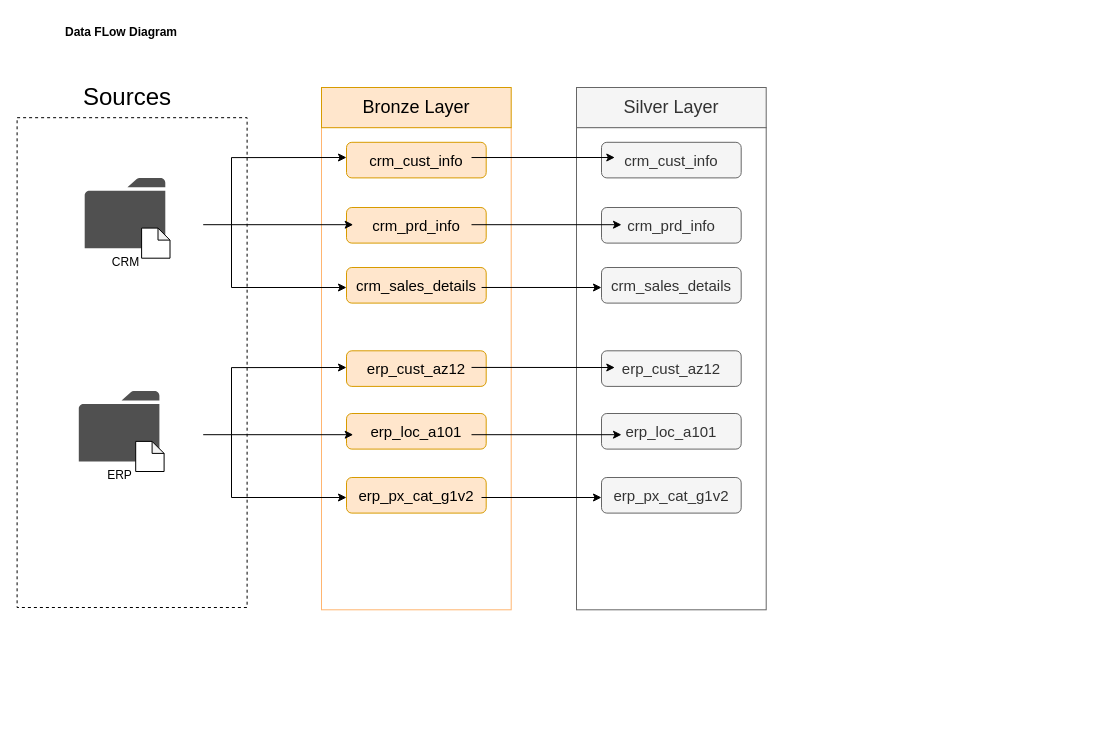
G0mmer/data-warehouse-sql-project keeps this draw.io diagram as docs/Data_Flow.drawio. Above is the earlier version. Source tidied: cells renumbered, new cells numbered last; positions are measured from the earlier drawing's top-left corner, leaving out a move shared by most shapes. Both pictures are drawn from the tidied source at 100%, with x=0, y=0 at pixel (17, 17).
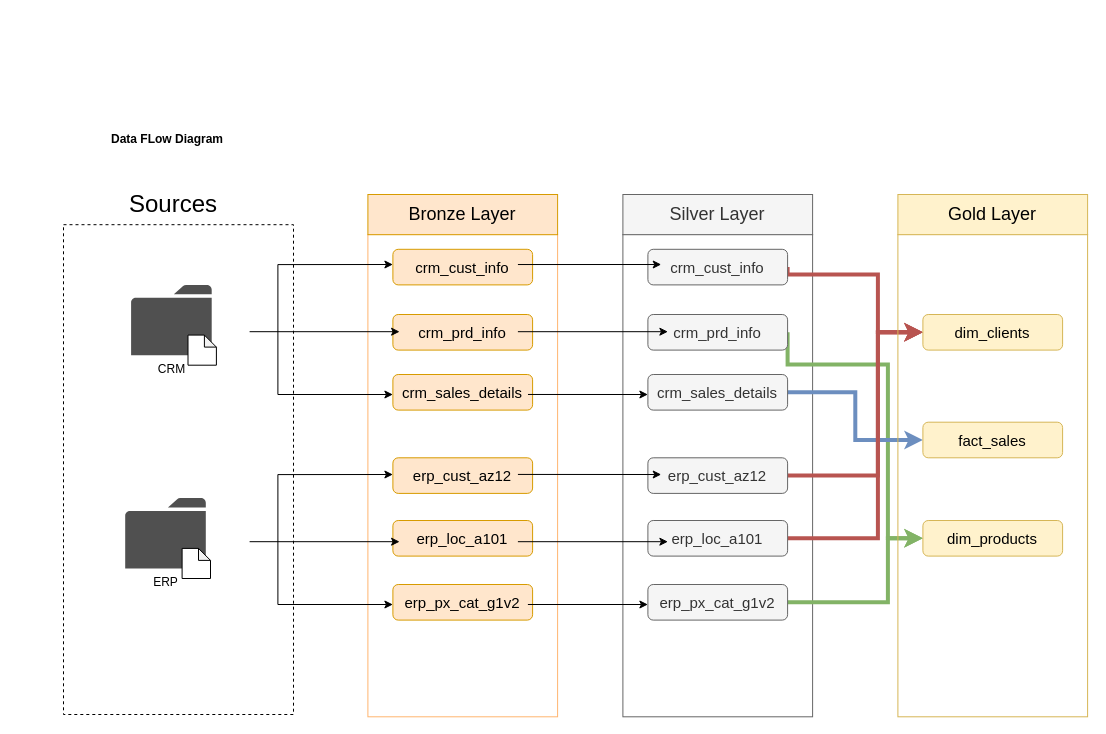
Above is the later version.

The edit, as a diff of the source:
```diff
@@
+    <mxCell id="39" style="group;" parent="1" vertex="1">
+      <mxGeometry x="46" y="107" width="1024.1" height="592.3" as="geometry" />
+    </mxCell>
-    <mxCell id="2" value="&lt;b&gt;Data FLow Diagram&lt;/b&gt;" style="text;html=1;whiteSpace=wrap;strokeColor=none;fillColor=none;align=center;verticalAlign=middle;rounded=0;" parent="1" vertex="1">
-      <mxGeometry x="4" width="200" height="30" as="geometry" />
+    <mxCell id="2" value="&lt;b&gt;Data FLow Diagram&lt;/b&gt;" style="text;html=1;whiteSpace=wrap;strokeColor=none;fillColor=none;align=center;verticalAlign=middle;rounded=0;" parent="39" vertex="1">
+      <mxGeometry x="4.4" width="200" height="30" as="geometry" />
     </mxCell>
-    <mxCell id="3" style="rounded=0;whiteSpace=wrap;html=1;fillColor=none;dashed=1;" parent="1" vertex="1">
-      <mxGeometry x="-0.4" y="100.2" width="230" height="489.8" as="geometry" />
+    <mxCell id="3" style="rounded=0;whiteSpace=wrap;html=1;fillColor=none;dashed=1;" parent="39" vertex="1">
+      <mxGeometry y="100.2" width="230" height="489.8" as="geometry" />
     </mxCell>
-    <mxCell id="4" value="&lt;font style=&quot;font-size: 24px;&quot;&gt;Sources&lt;/font&gt;" style="rounded=0;whiteSpace=wrap;html=1;fillColor=none;strokeColor=none;" parent="1" vertex="1">
-      <mxGeometry x="34" y="60" width="151.7" height="40.2" as="geometry" />
+    <mxCell id="4" value="&lt;font style=&quot;font-size: 24px;&quot;&gt;Sources&lt;/font&gt;" style="rounded=0;whiteSpace=wrap;html=1;fillColor=none;strokeColor=none;" parent="39" vertex="1">
+      <mxGeometry x="34.4" y="60" width="151.7" height="40.2" as="geometry" />
     </mxCell>
-    <mxCell id="5" value="CRM&lt;div&gt;&lt;br&gt;&lt;/div&gt;" style="sketch=0;shadow=0;dashed=0;html=1;strokeColor=none;fillColor=#505050;labelPosition=center;verticalLabelPosition=bottom;verticalAlign=top;align=center;shape=mxgraph.office.concepts.folder;" parent="1" vertex="1">
-      <mxGeometry x="67.2" y="160.4" width="80.6" height="70.3" as="geometry" />
+    <mxCell id="5" value="CRM&lt;div&gt;&lt;br&gt;&lt;/div&gt;" style="sketch=0;shadow=0;dashed=0;html=1;strokeColor=none;fillColor=#505050;labelPosition=center;verticalLabelPosition=bottom;verticalAlign=top;align=center;shape=mxgraph.office.concepts.folder;" parent="39" vertex="1">
+      <mxGeometry x="67.6" y="160.4" width="80.6" height="70.3" as="geometry" />
     </mxCell>
-    <mxCell id="6" style="shape=note;whiteSpace=wrap;html=1;backgroundOutline=1;darkOpacity=0.05;size=12;" parent="1" vertex="1">
-      <mxGeometry x="124.1" y="210.6" width="28.4" height="30.1" as="geometry" />
+    <mxCell id="6" style="shape=note;whiteSpace=wrap;html=1;backgroundOutline=1;darkOpacity=0.05;size=12;" parent="39" vertex="1">
+      <mxGeometry x="124.5" y="210.6" width="28.4" height="30.1" as="geometry" />
     </mxCell>
-    <mxCell id="7" value="ERP&lt;div&gt;&lt;br&gt;&lt;/div&gt;" style="sketch=0;shadow=0;dashed=0;html=1;strokeColor=none;fillColor=#505050;labelPosition=center;verticalLabelPosition=bottom;verticalAlign=top;align=center;shape=mxgraph.office.concepts.folder;" parent="1" vertex="1">
-      <mxGeometry x="61.3" y="373.6" width="80.6" height="70.3" as="geometry" />
+    <mxCell id="7" value="ERP&lt;div&gt;&lt;br&gt;&lt;/div&gt;" style="sketch=0;shadow=0;dashed=0;html=1;strokeColor=none;fillColor=#505050;labelPosition=center;verticalLabelPosition=bottom;verticalAlign=top;align=center;shape=mxgraph.office.concepts.folder;" parent="39" vertex="1">
+      <mxGeometry x="61.7" y="373.6" width="80.6" height="70.3" as="geometry" />
     </mxCell>
-    <mxCell id="8" style="shape=note;whiteSpace=wrap;html=1;backgroundOutline=1;darkOpacity=0.05;size=12;" parent="1" vertex="1">
-      <mxGeometry x="118.2" y="423.9" width="28.4" height="30.1" as="geometry" />
+    <mxCell id="8" style="shape=note;whiteSpace=wrap;html=1;backgroundOutline=1;darkOpacity=0.05;size=12;" parent="39" vertex="1">
+      <mxGeometry x="118.6" y="423.9" width="28.4" height="30.1" as="geometry" />
     </mxCell>
-    <mxCell id="9" style="rounded=0;whiteSpace=wrap;html=1;strokeColor=#FFB570;fillColor=none;" parent="1" vertex="1">
-      <mxGeometry x="304" y="110" width="189.7" height="482.3" as="geometry" />
+    <mxCell id="9" style="rounded=0;whiteSpace=wrap;html=1;strokeColor=#FFB570;fillColor=none;" parent="39" vertex="1">
+      <mxGeometry x="304.4" y="110" width="189.7" height="482.3" as="geometry" />
     </mxCell>
-    <mxCell id="10" value="&lt;font style=&quot;font-size: 18px;&quot;&gt;Bronze Layer&lt;/font&gt;" style="rounded=0;whiteSpace=wrap;html=1;fillColor=#ffe6cc;strokeColor=#d79b00;" parent="1" vertex="1">
-      <mxGeometry x="304" y="70" width="189.7" height="40.2" as="geometry" />
+    <mxCell id="10" value="&lt;font style=&quot;font-size: 18px;&quot;&gt;Bronze Layer&lt;/font&gt;" style="rounded=0;whiteSpace=wrap;html=1;fillColor=#ffe6cc;strokeColor=#d79b00;" parent="39" vertex="1">
+      <mxGeometry x="304.4" y="70" width="189.7" height="40.2" as="geometry" />
     </mxCell>
-    <mxCell id="11" value="&lt;font style=&quot;font-size: 15px;&quot;&gt;crm_prd_info&lt;/font&gt;" style="rounded=1;whiteSpace=wrap;html=1;fillColor=#ffe6cc;strokeColor=#d79b00;" parent="1" vertex="1">
-      <mxGeometry x="329" y="190" width="139.7" height="35.6" as="geometry" />
+    <mxCell id="11" value="&lt;font style=&quot;font-size: 15px;&quot;&gt;crm_prd_info&lt;/font&gt;" style="rounded=1;whiteSpace=wrap;html=1;fillColor=#ffe6cc;strokeColor=#d79b00;" parent="39" vertex="1">
+      <mxGeometry x="329.4" y="190" width="139.7" height="35.6" as="geometry" />
     </mxCell>
-    <mxCell id="12" value="&lt;font style=&quot;font-size: 15px;&quot;&gt;crm_sales_details&lt;/font&gt;" style="rounded=1;whiteSpace=wrap;html=1;fillColor=#ffe6cc;strokeColor=#d79b00;" parent="1" vertex="1">
-      <mxGeometry x="329" y="250" width="139.7" height="35.6" as="geometry" />
+    <mxCell id="12" value="&lt;font style=&quot;font-size: 15px;&quot;&gt;crm_sales_details&lt;/font&gt;" style="rounded=1;whiteSpace=wrap;html=1;fillColor=#ffe6cc;strokeColor=#d79b00;" parent="39" vertex="1">
+      <mxGeometry x="329.4" y="250" width="139.7" height="35.6" as="geometry" />
     </mxCell>
-    <mxCell id="13" value="&lt;font style=&quot;font-size: 15px;&quot;&gt;crm_cust_info&lt;/font&gt;" style="rounded=1;whiteSpace=wrap;html=1;fillColor=#ffe6cc;strokeColor=#d79b00;" parent="1" vertex="1">
-      <mxGeometry x="329" y="124.8" width="139.7" height="35.6" as="geometry" />
+    <mxCell id="13" value="&lt;font style=&quot;font-size: 15px;&quot;&gt;crm_cust_info&lt;/font&gt;" style="rounded=1;whiteSpace=wrap;html=1;fillColor=#ffe6cc;strokeColor=#d79b00;" parent="39" vertex="1">
+      <mxGeometry x="329.4" y="124.8" width="139.7" height="35.6" as="geometry" />
     </mxCell>
-    <mxCell id="14" value="&lt;font style=&quot;font-size: 15px;&quot;&gt;erp_cust_az12&lt;/font&gt;" style="rounded=1;whiteSpace=wrap;html=1;fillColor=#ffe6cc;strokeColor=#d79b00;" parent="1" vertex="1">
-      <mxGeometry x="329" y="333.3" width="139.7" height="35.6" as="geometry" />
+    <mxCell id="14" value="&lt;font style=&quot;font-size: 15px;&quot;&gt;erp_cust_az12&lt;/font&gt;" style="rounded=1;whiteSpace=wrap;html=1;fillColor=#ffe6cc;strokeColor=#d79b00;" parent="39" vertex="1">
+      <mxGeometry x="329.4" y="333.3" width="139.7" height="35.6" as="geometry" />
     </mxCell>
-    <mxCell id="15" value="&lt;span style=&quot;font-size: 15px;&quot;&gt;erp_loc_a101&lt;/span&gt;" style="rounded=1;whiteSpace=wrap;html=1;fillColor=#ffe6cc;strokeColor=#d79b00;" parent="1" vertex="1">
-      <mxGeometry x="329" y="396" width="139.7" height="35.6" as="geometry" />
+    <mxCell id="15" value="&lt;span style=&quot;font-size: 15px;&quot;&gt;erp_loc_a101&lt;/span&gt;" style="rounded=1;whiteSpace=wrap;html=1;fillColor=#ffe6cc;strokeColor=#d79b00;" parent="39" vertex="1">
+      <mxGeometry x="329.4" y="396" width="139.7" height="35.6" as="geometry" />
     </mxCell>
-    <mxCell id="16" value="&lt;font style=&quot;font-size: 15px;&quot;&gt;erp_px_cat_g1v2&lt;/font&gt;" style="rounded=1;whiteSpace=wrap;html=1;fillColor=#ffe6cc;strokeColor=#d79b00;" parent="1" vertex="1">
-      <mxGeometry x="329" y="460" width="139.7" height="35.6" as="geometry" />
+    <mxCell id="16" value="&lt;font style=&quot;font-size: 15px;&quot;&gt;erp_px_cat_g1v2&lt;/font&gt;" style="rounded=1;whiteSpace=wrap;html=1;fillColor=#ffe6cc;strokeColor=#d79b00;" parent="39" vertex="1">
+      <mxGeometry x="329.4" y="460" width="139.7" height="35.6" as="geometry" />
     </mxCell>
-    <mxCell id="17" style="endArrow=classic;html=1;rounded=0;" parent="1" edge="1">
+    <mxCell id="17" style="endArrow=classic;html=1;rounded=0;" parent="39" edge="1">
       <mxGeometry relative="1" as="geometry">
-        <mxPoint x="185.7" y="207.2" as="sourcePoint" />
-        <mxPoint x="335.7" y="207.2" as="targetPoint" />
+        <mxPoint x="186.1" y="207.2" as="sourcePoint" />
+        <mxPoint x="336.1" y="207.2" as="targetPoint" />
       </mxGeometry>
     </mxCell>
-    <mxCell id="18" style="endArrow=classic;html=1;rounded=0;" parent="1" edge="1">
+    <mxCell id="18" style="endArrow=classic;html=1;rounded=0;" parent="39" edge="1">
       <mxGeometry relative="1" as="geometry">
-        <mxPoint x="214" y="140.1" as="sourcePoint" />
-        <mxPoint x="329" y="140" as="targetPoint" />
+        <mxPoint x="214.4" y="140.1" as="sourcePoint" />
+        <mxPoint x="329.4" y="140" as="targetPoint" />
       </mxGeometry>
     </mxCell>
-    <mxCell id="19" style="endArrow=classic;html=1;rounded=0;" parent="1" edge="1">
+    <mxCell id="19" style="endArrow=classic;html=1;rounded=0;" parent="39" edge="1">
       <mxGeometry relative="1" as="geometry">
-        <mxPoint x="214" y="270" as="sourcePoint" />
-        <mxPoint x="329" y="270" as="targetPoint" />
+        <mxPoint x="214.4" y="270" as="sourcePoint" />
+        <mxPoint x="329.4" y="270" as="targetPoint" />
       </mxGeometry>
     </mxCell>
-    <mxCell id="20" style="endArrow=none;html=1;rounded=0;" parent="1" edge="1">
+    <mxCell id="20" style="endArrow=none;html=1;rounded=0;" parent="39" edge="1">
       <mxGeometry relative="1" as="geometry">
-        <mxPoint x="214" y="270" as="sourcePoint" />
-        <mxPoint x="214" y="140" as="targetPoint" />
+        <mxPoint x="214.4" y="270" as="sourcePoint" />
+        <mxPoint x="214.4" y="140" as="targetPoint" />
       </mxGeometry>
     </mxCell>
-    <mxCell id="21" style="endArrow=classic;html=1;rounded=0;" parent="1" edge="1">
+    <mxCell id="21" style="endArrow=classic;html=1;rounded=0;" parent="39" edge="1">
       <mxGeometry relative="1" as="geometry">
-        <mxPoint x="185.7" y="417.2" as="sourcePoint" />
-        <mxPoint x="335.7" y="417.2" as="targetPoint" />
+        <mxPoint x="186.1" y="417.2" as="sourcePoint" />
+        <mxPoint x="336.1" y="417.2" as="targetPoint" />
       </mxGeometry>
     </mxCell>
-    <mxCell id="22" style="endArrow=classic;html=1;rounded=0;" parent="1" edge="1">
+    <mxCell id="22" style="endArrow=classic;html=1;rounded=0;" parent="39" edge="1">
       <mxGeometry relative="1" as="geometry">
-        <mxPoint x="214" y="350.1" as="sourcePoint" />
-        <mxPoint x="329" y="350" as="targetPoint" />
+        <mxPoint x="214.4" y="350.1" as="sourcePoint" />
+        <mxPoint x="329.4" y="350" as="targetPoint" />
       </mxGeometry>
     </mxCell>
-    <mxCell id="23" style="endArrow=classic;html=1;rounded=0;" parent="1" edge="1">
+    <mxCell id="23" style="endArrow=classic;html=1;rounded=0;" parent="39" edge="1">
       <mxGeometry relative="1" as="geometry">
-        <mxPoint x="214" y="480" as="sourcePoint" />
-        <mxPoint x="329" y="480" as="targetPoint" />
+        <mxPoint x="214.4" y="480" as="sourcePoint" />
+        <mxPoint x="329.4" y="480" as="targetPoint" />
       </mxGeometry>
     </mxCell>
-    <mxCell id="24" style="endArrow=none;html=1;rounded=0;" parent="1" edge="1">
+    <mxCell id="24" style="endArrow=none;html=1;rounded=0;" parent="39" edge="1">
       <mxGeometry relative="1" as="geometry">
-        <mxPoint x="214" y="480" as="sourcePoint" />
-        <mxPoint x="214" y="350" as="targetPoint" />
+        <mxPoint x="214.4" y="480" as="sourcePoint" />
+        <mxPoint x="214.4" y="350" as="targetPoint" />
       </mxGeometry>
     </mxCell>
-    <mxCell id="25" style="rounded=0;whiteSpace=wrap;html=1;strokeColor=#666666;fillColor=none;fontColor=#333333;" parent="1" vertex="1">
-      <mxGeometry x="559" y="110" width="189.7" height="482.3" as="geometry" />
+    <mxCell id="25" style="rounded=0;whiteSpace=wrap;html=1;strokeColor=#666666;fillColor=none;fontColor=#333333;" parent="39" vertex="1">
+      <mxGeometry x="559.4" y="110" width="189.7" height="482.3" as="geometry" />
     </mxCell>
-    <mxCell id="26" value="&lt;font style=&quot;font-size: 18px;&quot;&gt;Silver Layer&lt;/font&gt;" style="rounded=0;whiteSpace=wrap;html=1;fillColor=#f5f5f5;strokeColor=#666666;fontColor=#333333;" parent="1" vertex="1">
-      <mxGeometry x="559" y="70" width="189.7" height="40.2" as="geometry" />
+    <mxCell id="26" value="&lt;font style=&quot;font-size: 18px;&quot;&gt;Silver Layer&lt;/font&gt;" style="rounded=0;whiteSpace=wrap;html=1;fillColor=#f5f5f5;strokeColor=#666666;fontColor=#333333;" parent="39" vertex="1">
+      <mxGeometry x="559.4" y="70" width="189.7" height="40.2" as="geometry" />
     </mxCell>
+    <mxCell id="40" style="edgeStyle=orthogonalEdgeStyle;rounded=0;jettySize=auto;html=1;exitX=1;exitY=0.5;exitDx=0;exitDy=0;entryX=0;entryY=0.5;entryDx=0;entryDy=0;fillColor=#d5e8d4;strokeColor=#82b366;strokeWidth=4;" parent="39" edge="1" source="27" target="50">
+      <mxGeometry relative="1" as="geometry">
+        <Array as="points">
+          <mxPoint x="724.4" y="240" />
+          <mxPoint x="824.4" y="240" />
+          <mxPoint x="824.4" y="414" />
+        </Array>
+      </mxGeometry>
+    </mxCell>
-    <mxCell id="27" value="&lt;font style=&quot;font-size: 15px;&quot;&gt;crm_prd_info&lt;/font&gt;" style="rounded=1;whiteSpace=wrap;html=1;fillColor=#f5f5f5;strokeColor=#666666;fontColor=#333333;" parent="1" vertex="1">
-      <mxGeometry x="584" y="190" width="139.7" height="35.6" as="geometry" />
+    <mxCell id="27" value="&lt;font style=&quot;font-size: 15px;&quot;&gt;crm_prd_info&lt;/font&gt;" style="rounded=1;whiteSpace=wrap;html=1;fillColor=#f5f5f5;strokeColor=#666666;fontColor=#333333;" parent="39" vertex="1">
+      <mxGeometry x="584.4" y="190" width="139.7" height="35.6" as="geometry" />
     </mxCell>
+    <mxCell id="41" style="edgeStyle=orthogonalEdgeStyle;rounded=0;jettySize=auto;html=1;exitX=1;exitY=0.5;exitDx=0;exitDy=0;entryX=0;entryY=0.5;entryDx=0;entryDy=0;fillColor=#dae8fc;strokeColor=#6c8ebf;strokeWidth=4;" parent="39" edge="1" source="28" target="48">
+      <mxGeometry relative="1" as="geometry" />
+    </mxCell>
-    <mxCell id="28" value="&lt;font style=&quot;font-size: 15px;&quot;&gt;crm_sales_details&lt;/font&gt;" style="rounded=1;whiteSpace=wrap;html=1;fillColor=#f5f5f5;strokeColor=#666666;fontColor=#333333;" parent="1" vertex="1">
-      <mxGeometry x="584" y="250" width="139.7" height="35.6" as="geometry" />
+    <mxCell id="28" value="&lt;font style=&quot;font-size: 15px;&quot;&gt;crm_sales_details&lt;/font&gt;" style="rounded=1;whiteSpace=wrap;html=1;fillColor=#f5f5f5;strokeColor=#666666;fontColor=#333333;" parent="39" vertex="1">
+      <mxGeometry x="584.4" y="250" width="139.7" height="35.6" as="geometry" />
     </mxCell>
+    <mxCell id="42" style="edgeStyle=orthogonalEdgeStyle;rounded=0;jettySize=auto;html=1;exitX=1;exitY=0.5;exitDx=0;exitDy=0;entryX=0;entryY=0.5;entryDx=0;entryDy=0;fillColor=#f8cecc;strokeColor=#b85450;strokeWidth=4;" parent="39" edge="1" source="29" target="49">
+      <mxGeometry relative="1" as="geometry">
+        <Array as="points">
+          <mxPoint x="724.4" y="150" />
+          <mxPoint x="814.4" y="150" />
+          <mxPoint x="814.4" y="208" />
+        </Array>
+      </mxGeometry>
+    </mxCell>
-    <mxCell id="29" value="&lt;font style=&quot;font-size: 15px;&quot;&gt;crm_cust_info&lt;/font&gt;" style="rounded=1;whiteSpace=wrap;html=1;fillColor=#f5f5f5;strokeColor=#666666;fontColor=#333333;" parent="1" vertex="1">
-      <mxGeometry x="584" y="124.8" width="139.7" height="35.6" as="geometry" />
+    <mxCell id="29" value="&lt;font style=&quot;font-size: 15px;&quot;&gt;crm_cust_info&lt;/font&gt;" style="rounded=1;whiteSpace=wrap;html=1;fillColor=#f5f5f5;strokeColor=#666666;fontColor=#333333;" parent="39" vertex="1">
+      <mxGeometry x="584.4" y="124.8" width="139.7" height="35.6" as="geometry" />
     </mxCell>
+    <mxCell id="43" style="edgeStyle=orthogonalEdgeStyle;rounded=0;jettySize=auto;html=1;exitX=1;exitY=0.5;exitDx=0;exitDy=0;entryX=0;entryY=0.5;entryDx=0;entryDy=0;fillColor=#f8cecc;strokeColor=#b85450;strokeWidth=4;" parent="39" edge="1" source="30" target="49">
+      <mxGeometry relative="1" as="geometry">
+        <Array as="points">
+          <mxPoint x="814.4" y="351" />
+          <mxPoint x="814.4" y="208" />
+        </Array>
+      </mxGeometry>
+    </mxCell>
-    <mxCell id="30" value="&lt;font style=&quot;font-size: 15px;&quot;&gt;erp_cust_az12&lt;/font&gt;" style="rounded=1;whiteSpace=wrap;html=1;fillColor=#f5f5f5;strokeColor=#666666;fontColor=#333333;" parent="1" vertex="1">
-      <mxGeometry x="584" y="333.3" width="139.7" height="35.6" as="geometry" />
+    <mxCell id="30" value="&lt;font style=&quot;font-size: 15px;&quot;&gt;erp_cust_az12&lt;/font&gt;" style="rounded=1;whiteSpace=wrap;html=1;fillColor=#f5f5f5;strokeColor=#666666;fontColor=#333333;" parent="39" vertex="1">
+      <mxGeometry x="584.4" y="333.3" width="139.7" height="35.6" as="geometry" />
     </mxCell>
+    <mxCell id="44" style="edgeStyle=orthogonalEdgeStyle;rounded=0;jettySize=auto;html=1;exitX=1;exitY=0.5;exitDx=0;exitDy=0;entryX=0;entryY=0.5;entryDx=0;entryDy=0;fillColor=#f8cecc;strokeColor=#b85450;strokeWidth=4;" parent="39" edge="1" source="31" target="49">
+      <mxGeometry relative="1" as="geometry">
+        <Array as="points">
+          <mxPoint x="814.4" y="414" />
+          <mxPoint x="814.4" y="208" />
+        </Array>
+      </mxGeometry>
+    </mxCell>
-    <mxCell id="31" value="&lt;span style=&quot;font-size: 15px;&quot;&gt;erp_loc_a101&lt;/span&gt;" style="rounded=1;whiteSpace=wrap;html=1;fillColor=#f5f5f5;strokeColor=#666666;fontColor=#333333;" parent="1" vertex="1">
-      <mxGeometry x="584" y="396" width="139.7" height="35.6" as="geometry" />
+    <mxCell id="31" value="&lt;span style=&quot;font-size: 15px;&quot;&gt;erp_loc_a101&lt;/span&gt;" style="rounded=1;whiteSpace=wrap;html=1;fillColor=#f5f5f5;strokeColor=#666666;fontColor=#333333;" parent="39" vertex="1">
+      <mxGeometry x="584.4" y="396" width="139.7" height="35.6" as="geometry" />
     </mxCell>
+    <mxCell id="45" style="edgeStyle=orthogonalEdgeStyle;rounded=0;jettySize=auto;html=1;exitX=1;exitY=0.5;exitDx=0;exitDy=0;entryX=0;entryY=0.5;entryDx=0;entryDy=0;fillColor=#d5e8d4;strokeColor=#82b366;strokeWidth=4;" parent="39" edge="1" source="32" target="50">
+      <mxGeometry relative="1" as="geometry">
+        <Array as="points">
+          <mxPoint x="824.4" y="478" />
+          <mxPoint x="824.4" y="414" />
+        </Array>
+      </mxGeometry>
+    </mxCell>
-    <mxCell id="32" value="&lt;font style=&quot;font-size: 15px;&quot;&gt;erp_px_cat_g1v2&lt;/font&gt;" style="rounded=1;whiteSpace=wrap;html=1;fillColor=#f5f5f5;strokeColor=#666666;fontColor=#333333;" parent="1" vertex="1">
-      <mxGeometry x="584" y="460" width="139.7" height="35.6" as="geometry" />
+    <mxCell id="32" value="&lt;font style=&quot;font-size: 15px;&quot;&gt;erp_px_cat_g1v2&lt;/font&gt;" style="rounded=1;whiteSpace=wrap;html=1;fillColor=#f5f5f5;strokeColor=#666666;fontColor=#333333;" parent="39" vertex="1">
+      <mxGeometry x="584.4" y="460" width="139.7" height="35.6" as="geometry" />
     </mxCell>
-    <mxCell id="33" style="endArrow=classic;html=1;rounded=0;" parent="1" edge="1">
+    <mxCell id="33" style="endArrow=classic;html=1;rounded=0;" parent="39" edge="1">
       <mxGeometry relative="1" as="geometry">
-        <mxPoint x="454" y="207.2" as="sourcePoint" />
-        <mxPoint x="604" y="207.2" as="targetPoint" />
+        <mxPoint x="454.4" y="207.2" as="sourcePoint" />
+        <mxPoint x="604.4" y="207.2" as="targetPoint" />
       </mxGeometry>
     </mxCell>
-    <mxCell id="34" style="endArrow=classic;html=1;rounded=0;exitX=0.895;exitY=0.428;exitDx=0;exitDy=0;exitPerimeter=0;" parent="1" edge="1" source="13">
+    <mxCell id="34" style="endArrow=classic;html=1;rounded=0;exitX=0.895;exitY=0.428;exitDx=0;exitDy=0;exitPerimeter=0;" parent="39" edge="1" source="13">
       <mxGeometry relative="1" as="geometry">
-        <mxPoint x="597.3" y="140" as="targetPoint" />
+        <mxPoint x="597.7" y="140" as="targetPoint" />
       </mxGeometry>
     </mxCell>
-    <mxCell id="35" style="endArrow=classic;html=1;rounded=0;exitX=0.967;exitY=0.561;exitDx=0;exitDy=0;exitPerimeter=0;" parent="1" edge="1" source="12">
+    <mxCell id="35" style="endArrow=classic;html=1;rounded=0;exitX=0.967;exitY=0.561;exitDx=0;exitDy=0;exitPerimeter=0;" parent="39" edge="1" source="12">
       <mxGeometry relative="1" as="geometry">
-        <mxPoint x="584" y="270" as="targetPoint" />
+        <mxPoint x="584.4" y="270" as="targetPoint" />
       </mxGeometry>
     </mxCell>
-    <mxCell id="36" style="endArrow=classic;html=1;rounded=0;" parent="1" edge="1">
+    <mxCell id="36" style="endArrow=classic;html=1;rounded=0;" parent="39" edge="1">
       <mxGeometry relative="1" as="geometry">
-        <mxPoint x="454" y="417.2" as="sourcePoint" />
-        <mxPoint x="604" y="417.2" as="targetPoint" />
+        <mxPoint x="454.4" y="417.2" as="sourcePoint" />
+        <mxPoint x="604.4" y="417.2" as="targetPoint" />
       </mxGeometry>
     </mxCell>
-    <mxCell id="37" style="endArrow=classic;html=1;rounded=0;exitX=0.895;exitY=0.467;exitDx=0;exitDy=0;exitPerimeter=0;" parent="1" edge="1" source="14">
+    <mxCell id="37" style="endArrow=classic;html=1;rounded=0;exitX=0.895;exitY=0.467;exitDx=0;exitDy=0;exitPerimeter=0;" parent="39" edge="1" source="14">
       <mxGeometry relative="1" as="geometry">
-        <mxPoint x="597.3" y="350" as="targetPoint" />
+        <mxPoint x="597.7" y="350" as="targetPoint" />
       </mxGeometry>
     </mxCell>
-    <mxCell id="38" style="endArrow=classic;html=1;rounded=0;" parent="1" edge="1">
+    <mxCell id="38" style="endArrow=classic;html=1;rounded=0;" parent="39" edge="1">
       <mxGeometry relative="1" as="geometry">
-        <mxPoint x="464" y="480" as="sourcePoint" />
-        <mxPoint x="584" y="480" as="targetPoint" />
+        <mxPoint x="464.4" y="480" as="sourcePoint" />
+        <mxPoint x="584.4" y="480" as="targetPoint" />
       </mxGeometry>
     </mxCell>
+    <mxCell id="46" style="rounded=0;whiteSpace=wrap;html=1;strokeColor=#d6b656;fillColor=none;" parent="39" vertex="1">
+      <mxGeometry x="834.4" y="110" width="189.7" height="482.3" as="geometry" />
+    </mxCell>
+    <mxCell id="47" value="&lt;font style=&quot;font-size: 18px;&quot;&gt;Gold Layer&lt;/font&gt;" style="rounded=0;whiteSpace=wrap;html=1;fillColor=#fff2cc;strokeColor=#d6b656;" parent="39" vertex="1">
+      <mxGeometry x="834.4" y="70" width="189.7" height="40.2" as="geometry" />
+    </mxCell>
+    <mxCell id="48" value="&lt;font style=&quot;font-size: 15px;&quot;&gt;fact_sales&lt;/font&gt;" style="rounded=1;whiteSpace=wrap;html=1;fillColor=#fff2cc;strokeColor=#d6b656;" parent="39" vertex="1">
+      <mxGeometry x="859.4" y="297.7" width="139.7" height="35.6" as="geometry" />
+    </mxCell>
+    <mxCell id="49" value="&lt;font style=&quot;font-size: 15px;&quot;&gt;dim_clients&lt;/font&gt;" style="rounded=1;whiteSpace=wrap;html=1;fillColor=#fff2cc;strokeColor=#d6b656;" parent="39" vertex="1">
+      <mxGeometry x="859.4" y="190" width="139.7" height="35.6" as="geometry" />
+    </mxCell>
+    <mxCell id="50" value="&lt;font style=&quot;font-size: 15px;&quot;&gt;dim_products&lt;/font&gt;" style="rounded=1;whiteSpace=wrap;html=1;fillColor=#fff2cc;strokeColor=#d6b656;" parent="39" vertex="1">
+      <mxGeometry x="859.4" y="396" width="139.7" height="35.6" as="geometry" />
+    </mxCell>
```
